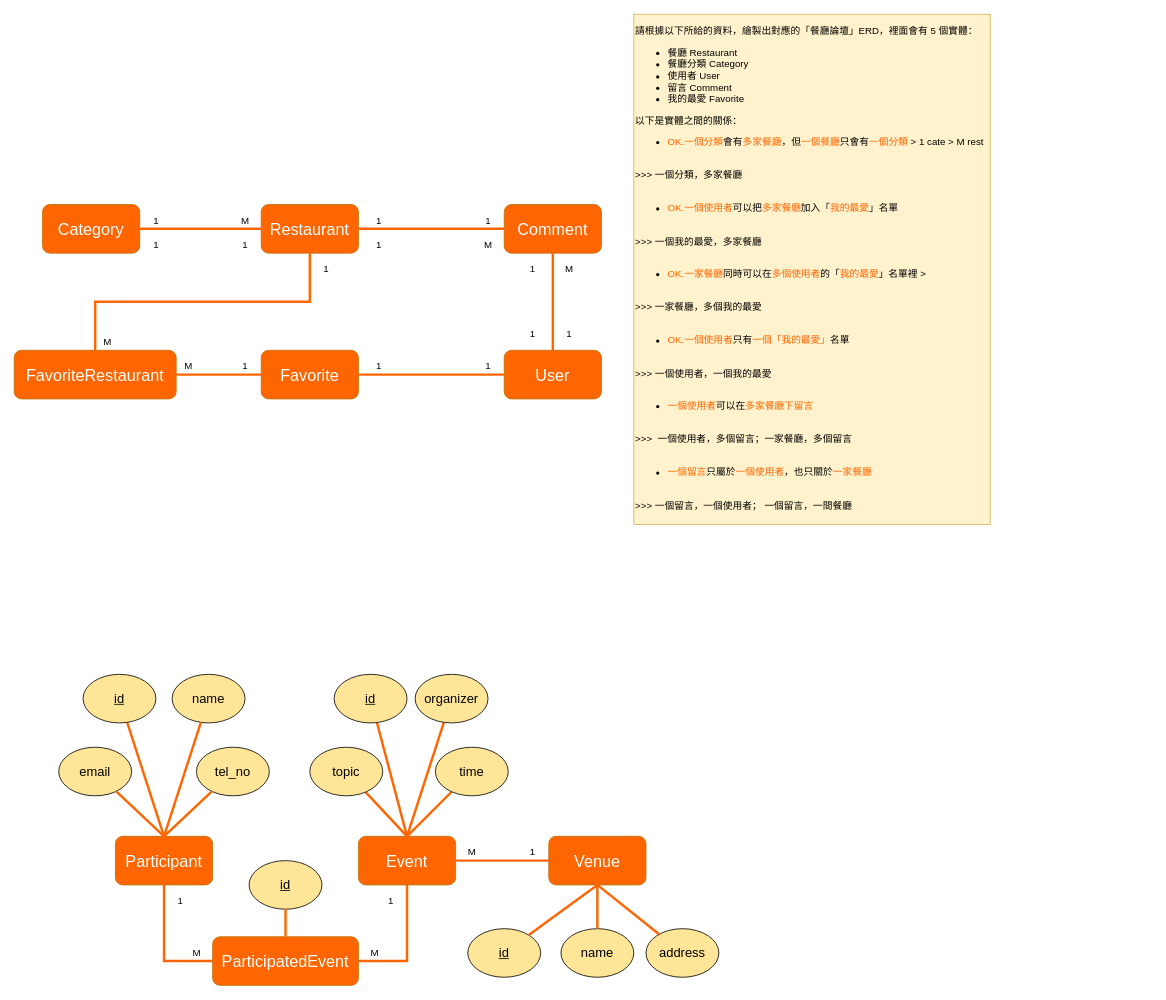
The draw.io diagram 餐廳論壇ERD-ver3.drawio in z88243310/bins, before the edit. Source tidied: cells renumbered, new cells numbered last; positions are measured from the earlier drawing's top-left corner, leaving out a move shared by most shapes. Both pictures are drawn from the tidied source at 81%, with x=0, y=0 at pixel (14, 14).
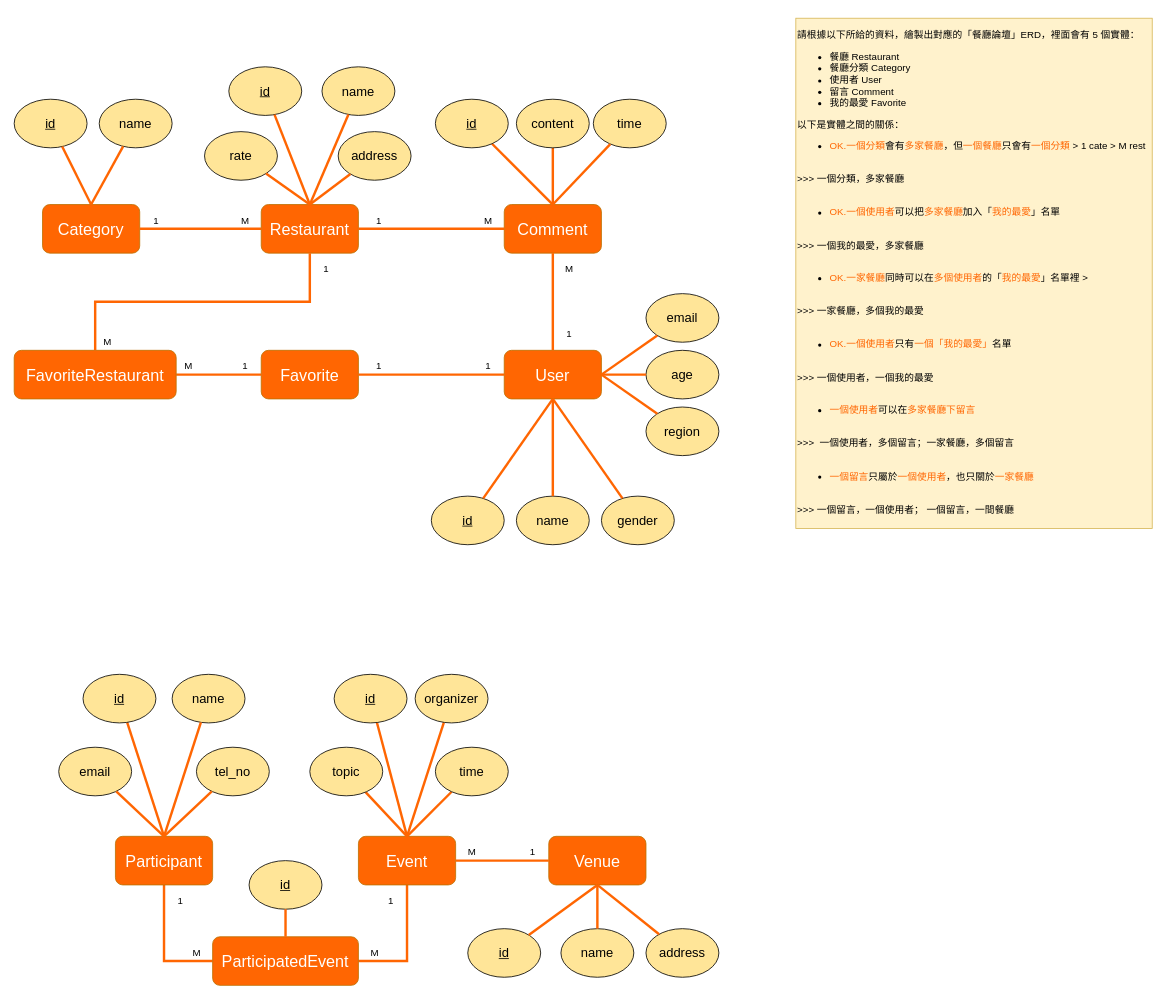
Above is the later version.

Commit message:
更新餐廳論壇ERD-ver3.drawio

Unchanged cells that the change refers to:
```xml
<mxCell id="40" value="Category" style="rounded=1;whiteSpace=wrap;html=1;fillColor=#FF6602;strokeColor=#BD7000;fontColor=#FFFFFF;fontSize=20;" parent="1" vertex="1">
  <mxGeometry x="35" y="235" width="120" height="60" as="geometry" />
</mxCell>
<mxCell id="41" value="Restaurant" style="rounded=1;whiteSpace=wrap;html=1;fillColor=#FF6602;strokeColor=#BD7000;fontColor=#FFFFFF;fontSize=20;" parent="1" vertex="1">
  <mxGeometry x="305" y="235" width="120" height="60" as="geometry" />
</mxCell>
<mxCell id="42" value="User" style="rounded=1;whiteSpace=wrap;html=1;fillColor=#FF6602;strokeColor=#BD7000;fontColor=#FFFFFF;fontSize=20;" parent="1" vertex="1">
  <mxGeometry x="605" y="415" width="120" height="60" as="geometry" />
</mxCell>
<mxCell id="43" value="Comment" style="rounded=1;whiteSpace=wrap;html=1;fillColor=#FF6602;strokeColor=#BD7000;fontColor=#FFFFFF;fontSize=20;" parent="1" vertex="1">
  <mxGeometry x="605" y="235" width="120" height="60" as="geometry" />
</mxCell>
```

The edit, as a diff of the source:
```diff
@@
     <mxCell id="39" value="&lt;p&gt;請根據以下所給的資料，繪製出對應的「餐廳論壇」ERD，裡面會有 5 個實體：&lt;/p&gt;&lt;ul&gt;&lt;li&gt;餐廳 Restaurant&lt;/li&gt;&lt;li&gt;餐廳分類 Category&lt;/li&gt;&lt;li&gt;使用者 User&lt;/li&gt;&lt;li&gt;留言 Comment&lt;/li&gt;&lt;li&gt;我的最愛 Favorite&lt;/li&gt;&lt;/ul&gt;&lt;p&gt;以下是實體之間的關係：&lt;/p&gt;&lt;ul&gt;&lt;li&gt;&lt;font color=&quot;#FF6602&quot;&gt;OK.一個分類&lt;/font&gt;會有&lt;font color=&quot;#FF6602&quot;&gt;多家餐廳&lt;/font&gt;，但&lt;font color=&quot;#FF6602&quot;&gt;一個餐廳&lt;/font&gt;只會有&lt;font color=&quot;#FF6602&quot;&gt;一個分類&lt;/font&gt; &amp;gt; 1 cate &amp;gt; M rest&lt;/li&gt;&lt;/ul&gt;&lt;div&gt;&lt;br&gt;&lt;/div&gt;&lt;div&gt;&amp;gt;&amp;gt;&amp;gt; 一個分類，多家餐廳&lt;/div&gt;&lt;div&gt;&lt;br&gt;&lt;/div&gt;&lt;ul&gt;&lt;li&gt;&lt;font color=&quot;#FF6602&quot;&gt;OK.一個使用者&lt;/font&gt;可以把&lt;font color=&quot;#FF6602&quot;&gt;多家餐廳&lt;/font&gt;加入「&lt;font color=&quot;#FF6602&quot;&gt;我的最愛&lt;/font&gt;」名單 &lt;br&gt;&lt;/li&gt;&lt;/ul&gt;&lt;div&gt;&lt;br&gt;&lt;/div&gt;&lt;div&gt;&amp;gt;&amp;gt;&amp;gt; 一個我的最愛，多家餐廳&lt;/div&gt;&lt;div&gt;&lt;br&gt;&lt;/div&gt;&lt;ul&gt;&lt;li&gt;&lt;font color=&quot;#FF6602&quot;&gt;OK.一家餐廳&lt;/font&gt;同時可以在&lt;font color=&quot;#FF6602&quot;&gt;多個使用者&lt;/font&gt;的「&lt;font color=&quot;#FF6602&quot;&gt;我的最愛&lt;/font&gt;」名單裡 &amp;gt;&amp;nbsp;&lt;/li&gt;&lt;/ul&gt;&lt;div&gt;&lt;br&gt;&lt;/div&gt;&lt;div&gt;&amp;gt;&amp;gt;&amp;gt; 一家餐廳，多個我的最愛&lt;/div&gt;&lt;div&gt;&lt;br&gt;&lt;/div&gt;&lt;ul&gt;&lt;li&gt;&lt;font color=&quot;#FF6602&quot;&gt;OK.一個使用者&lt;/font&gt;只有&lt;font color=&quot;#FF6602&quot;&gt;一個「我的最愛」&lt;/font&gt;名單&lt;/li&gt;&lt;/ul&gt;&lt;div&gt;&lt;br&gt;&lt;/div&gt;&lt;div&gt;&amp;gt;&amp;gt;&amp;gt; 一個使用者，一個我的最愛&lt;/div&gt;&lt;div&gt;&lt;br&gt;&lt;/div&gt;&lt;ul&gt;&lt;li&gt;&lt;font color=&quot;#FF6602&quot;&gt;一個使用者&lt;/font&gt;可以在&lt;font color=&quot;#FF6602&quot;&gt;多家餐廳下留言&amp;nbsp;&lt;/font&gt;&lt;/li&gt;&lt;/ul&gt;&lt;div&gt;&lt;br&gt;&lt;/div&gt;&lt;div&gt;&lt;font color=&quot;#FF6602&quot;&gt;&lt;font color=&quot;#000000&quot;&gt;&amp;gt;&amp;gt;&amp;gt;&amp;nbsp; 一個使用者，多個留言；一家餐廳，多個留言&lt;/font&gt;&lt;br&gt;&lt;/font&gt;&lt;/div&gt;&lt;div&gt;&lt;font color=&quot;#FF6602&quot;&gt;&lt;br&gt;&lt;/font&gt;&lt;/div&gt;&lt;ul&gt;&lt;li&gt;&lt;font color=&quot;#FF6602&quot;&gt;一個留言&lt;/font&gt;只屬於&lt;font color=&quot;#FF6602&quot;&gt;一個使用者&lt;/font&gt;，也只關於&lt;font color=&quot;#FF6602&quot;&gt;一家餐廳 &lt;br&gt;&lt;/font&gt;&lt;/li&gt;&lt;/ul&gt;&lt;div&gt;&lt;br&gt;&lt;/div&gt;&lt;div&gt;&lt;font color=&quot;#FF6602&quot;&gt;&lt;font color=&quot;#000000&quot;&gt;&amp;gt;&amp;gt;&amp;gt; 一個留言，一個使用者； 一個留言，一間餐廳&lt;/font&gt;&lt;br&gt;&lt;/font&gt;&lt;/div&gt;&lt;div&gt;&lt;font color=&quot;#FF6602&quot;&gt;&lt;br&gt;&lt;/font&gt;&lt;/div&gt;" style="text;html=1;align=left;verticalAlign=middle;strokeColor=#d6b656;fillColor=#fff2cc;" parent="1" vertex="1">
-      <mxGeometry x="765" width="440" height="630" as="geometry" />
+      <mxGeometry x="965" y="5" width="440" height="630" as="geometry" />
     </mxCell>
@@
-    <mxCell id="58" value="1" style="text;html=1;align=center;verticalAlign=middle;strokeColor=none;fillColor=none;" parent="1" vertex="1">
+    <mxCell id="58" value="M" style="text;html=1;align=center;verticalAlign=middle;strokeColor=none;fillColor=none;" parent="1" vertex="1">
       <mxGeometry x="575" y="245" width="20" height="20" as="geometry" />
     </mxCell>
@@
-    <mxCell id="60" value="1" style="text;html=1;align=center;verticalAlign=middle;strokeColor=none;fillColor=none;" parent="1" vertex="1">
-      <mxGeometry x="440" y="275" width="20" height="20" as="geometry" />
-    </mxCell>
-    <mxCell id="61" value="M" style="text;html=1;align=center;verticalAlign=middle;strokeColor=none;fillColor=none;" parent="1" vertex="1">
-      <mxGeometry x="575" y="275" width="20" height="20" as="geometry" />
-    </mxCell>
-    <mxCell id="62" value="1" style="text;html=1;align=center;verticalAlign=middle;strokeColor=none;fillColor=none;" parent="1" vertex="1">
-      <mxGeometry x="275" y="275" width="20" height="20" as="geometry" />
-    </mxCell>
-    <mxCell id="63" value="1" style="text;html=1;align=center;verticalAlign=middle;strokeColor=none;fillColor=none;" parent="1" vertex="1">
-      <mxGeometry x="165" y="275" width="20" height="20" as="geometry" />
-    </mxCell>
@@
-    <mxCell id="66" value="1" style="text;html=1;align=center;verticalAlign=middle;strokeColor=none;fillColor=none;" parent="1" vertex="1">
-      <mxGeometry x="630" y="305" width="20" height="20" as="geometry" />
-    </mxCell>
-    <mxCell id="67" value="1" style="text;html=1;align=center;verticalAlign=middle;strokeColor=none;fillColor=none;" parent="1" vertex="1">
-      <mxGeometry x="630" y="385" width="20" height="20" as="geometry" />
-    </mxCell>
@@
+    <mxCell id="70" value="&lt;u&gt;id&lt;/u&gt;" style="ellipse;whiteSpace=wrap;html=1;fillColor=#FFE598;fontSize=16;" parent="1" vertex="1">
+      <mxGeometry x="515" y="595" width="90" height="60" as="geometry" />
+    </mxCell>
+    <mxCell id="71" value="region" style="ellipse;whiteSpace=wrap;html=1;fillColor=#FFE598;fontSize=16;" parent="1" vertex="1">
+      <mxGeometry x="780" y="485" width="90" height="60" as="geometry" />
+    </mxCell>
+    <mxCell id="72" style="edgeStyle=none;rounded=0;jettySize=auto;html=1;fontSize=16;fontColor=#FFFFFF;endArrow=none;endFill=0;strokeColor=#FF6602;strokeWidth=3;entryX=0.5;entryY=0;entryDx=0;entryDy=0;" parent="1" edge="1" source="84" target="43">
+      <mxGeometry relative="1" as="geometry" />
+    </mxCell>
+    <mxCell id="73" value="email" style="ellipse;whiteSpace=wrap;html=1;fillColor=#FFE598;fontSize=16;" parent="1" vertex="1">
+      <mxGeometry x="780" y="345" width="90" height="60" as="geometry" />
+    </mxCell>
+    <mxCell id="74" value="gender" style="ellipse;whiteSpace=wrap;html=1;fillColor=#FFE598;fontSize=16;" parent="1" vertex="1">
+      <mxGeometry x="725" y="595" width="90" height="60" as="geometry" />
+    </mxCell>
+    <mxCell id="75" value="name" style="ellipse;whiteSpace=wrap;html=1;fillColor=#FFE598;fontSize=16;" parent="1" vertex="1">
+      <mxGeometry x="620" y="595" width="90" height="60" as="geometry" />
+    </mxCell>
+    <mxCell id="76" value="age" style="ellipse;whiteSpace=wrap;html=1;fillColor=#FFE598;fontSize=16;" parent="1" vertex="1">
+      <mxGeometry x="780" y="415" width="90" height="60" as="geometry" />
+    </mxCell>
+    <mxCell id="77" style="edgeStyle=none;rounded=0;jettySize=auto;html=1;fontSize=16;fontColor=#FFFFFF;endArrow=none;endFill=0;strokeColor=#FF6602;strokeWidth=3;entryX=0.5;entryY=0;entryDx=0;entryDy=0;" parent="1" edge="1" source="85" target="43">
+      <mxGeometry relative="1" as="geometry" />
+    </mxCell>
+    <mxCell id="78" style="edgeStyle=none;rounded=0;jettySize=auto;html=1;fontSize=16;fontColor=#FFFFFF;endArrow=none;endFill=0;strokeColor=#FF6602;strokeWidth=3;entryX=1;entryY=0.5;entryDx=0;entryDy=0;" parent="1" edge="1" source="76" target="42">
+      <mxGeometry relative="1" as="geometry" />
+    </mxCell>
+    <mxCell id="79" style="edgeStyle=none;rounded=0;jettySize=auto;html=1;fontSize=16;fontColor=#FFFFFF;endArrow=none;endFill=0;strokeColor=#FF6602;strokeWidth=3;entryX=1;entryY=0.5;entryDx=0;entryDy=0;" parent="1" edge="1" source="73" target="42">
+      <mxGeometry relative="1" as="geometry" />
+    </mxCell>
+    <mxCell id="80" style="edgeStyle=none;rounded=0;jettySize=auto;html=1;fontSize=16;fontColor=#FFFFFF;endArrow=none;endFill=0;strokeColor=#FF6602;strokeWidth=3;" parent="1" edge="1" target="75">
+      <mxGeometry relative="1" as="geometry">
+        <mxPoint x="665" y="475" as="sourcePoint" />
+      </mxGeometry>
+    </mxCell>
+    <mxCell id="81" style="edgeStyle=none;rounded=0;jettySize=auto;html=1;fontSize=16;fontColor=#FFFFFF;endArrow=none;endFill=0;strokeColor=#FF6602;strokeWidth=3;exitX=1;exitY=0.5;exitDx=0;exitDy=0;" parent="1" edge="1" source="42" target="71">
+      <mxGeometry relative="1" as="geometry" />
+    </mxCell>
+    <mxCell id="82" style="edgeStyle=none;rounded=0;jettySize=auto;html=1;fontSize=16;fontColor=#FFFFFF;endArrow=none;endFill=0;strokeColor=#FF6602;strokeWidth=3;exitX=0.5;exitY=1;exitDx=0;exitDy=0;" parent="1" edge="1" source="42" target="74">
+      <mxGeometry relative="1" as="geometry" />
+    </mxCell>
+    <mxCell id="83" style="edgeStyle=none;rounded=0;jettySize=auto;html=1;fontSize=16;fontColor=#FFFFFF;endArrow=none;endFill=0;strokeColor=#FF6602;strokeWidth=3;exitX=0.5;exitY=1;exitDx=0;exitDy=0;" parent="1" edge="1" source="42" target="70">
+      <mxGeometry relative="1" as="geometry" />
+    </mxCell>
+    <mxCell id="84" value="&lt;div&gt;content&lt;/div&gt;" style="ellipse;whiteSpace=wrap;html=1;fillColor=#FFE598;fontSize=16;" parent="1" vertex="1">
+      <mxGeometry x="620" y="105" width="90" height="60" as="geometry" />
+    </mxCell>
+    <mxCell id="85" value="&lt;u&gt;id&lt;/u&gt;" style="ellipse;whiteSpace=wrap;html=1;fillColor=#FFE598;fontSize=16;" parent="1" vertex="1">
+      <mxGeometry x="520" y="105" width="90" height="60" as="geometry" />
+    </mxCell>
+    <mxCell id="86" value="time" style="ellipse;whiteSpace=wrap;html=1;fillColor=#FFE598;fontSize=16;" parent="1" vertex="1">
+      <mxGeometry x="715" y="105" width="90" height="60" as="geometry" />
+    </mxCell>
+    <mxCell id="87" style="edgeStyle=none;rounded=0;jettySize=auto;html=1;fontSize=16;fontColor=#FFFFFF;endArrow=none;endFill=0;strokeColor=#FF6602;strokeWidth=3;" parent="1" edge="1" source="86">
+      <mxGeometry relative="1" as="geometry">
+        <mxPoint x="665" y="235" as="targetPoint" />
+      </mxGeometry>
+    </mxCell>
+    <mxCell id="88" value="&lt;u&gt;id&lt;/u&gt;" style="ellipse;whiteSpace=wrap;html=1;fillColor=#FFE598;fontSize=16;" parent="1" vertex="1">
+      <mxGeometry x="265" y="65" width="90" height="60" as="geometry" />
+    </mxCell>
+    <mxCell id="89" value="name" style="ellipse;whiteSpace=wrap;html=1;fillColor=#FFE598;fontSize=16;" parent="1" vertex="1">
+      <mxGeometry x="380" y="65" width="90" height="60" as="geometry" />
+    </mxCell>
+    <mxCell id="90" value="address" style="ellipse;whiteSpace=wrap;html=1;fillColor=#FFE598;fontSize=16;" parent="1" vertex="1">
+      <mxGeometry x="400" y="145" width="90" height="60" as="geometry" />
+    </mxCell>
+    <mxCell id="91" value="rate" style="ellipse;whiteSpace=wrap;html=1;fillColor=#FFE598;fontSize=16;" parent="1" vertex="1">
+      <mxGeometry x="235" y="145" width="90" height="60" as="geometry" />
+    </mxCell>
+    <mxCell id="92" style="edgeStyle=none;rounded=0;jettySize=auto;html=1;fontSize=16;fontColor=#FFFFFF;endArrow=none;endFill=0;strokeColor=#FF6602;strokeWidth=3;entryX=0.5;entryY=0;entryDx=0;entryDy=0;" parent="1" edge="1" source="88" target="41">
+      <mxGeometry relative="1" as="geometry" />
+    </mxCell>
+    <mxCell id="93" style="edgeStyle=none;rounded=0;jettySize=auto;html=1;fontSize=16;fontColor=#FFFFFF;endArrow=none;endFill=0;strokeColor=#FF6602;strokeWidth=3;entryX=0.5;entryY=0;entryDx=0;entryDy=0;" parent="1" edge="1" source="91" target="41">
+      <mxGeometry relative="1" as="geometry" />
+    </mxCell>
+    <mxCell id="94" style="edgeStyle=none;rounded=0;jettySize=auto;html=1;fontSize=16;fontColor=#FFFFFF;endArrow=none;endFill=0;strokeColor=#FF6602;strokeWidth=3;entryX=0.5;entryY=0;entryDx=0;entryDy=0;" parent="1" edge="1" source="89" target="41">
+      <mxGeometry relative="1" as="geometry" />
+    </mxCell>
+    <mxCell id="95" style="edgeStyle=none;rounded=0;jettySize=auto;html=1;fontSize=16;fontColor=#FFFFFF;endArrow=none;endFill=0;strokeColor=#FF6602;strokeWidth=3;entryX=0.5;entryY=0;entryDx=0;entryDy=0;" parent="1" edge="1" source="90" target="41">
+      <mxGeometry relative="1" as="geometry" />
+    </mxCell>
+    <mxCell id="96" value="&lt;u&gt;id&lt;/u&gt;" style="ellipse;whiteSpace=wrap;html=1;fillColor=#FFE598;fontSize=16;" parent="1" vertex="1">
+      <mxGeometry y="105" width="90" height="60" as="geometry" />
+    </mxCell>
+    <mxCell id="97" value="name" style="ellipse;whiteSpace=wrap;html=1;fillColor=#FFE598;fontSize=16;" parent="1" vertex="1">
+      <mxGeometry x="105" y="105" width="90" height="60" as="geometry" />
+    </mxCell>
+    <mxCell id="98" style="edgeStyle=none;rounded=0;jettySize=auto;html=1;fontSize=16;fontColor=#FFFFFF;endArrow=none;endFill=0;strokeColor=#FF6602;strokeWidth=3;entryX=0.5;entryY=0;entryDx=0;entryDy=0;" parent="1" edge="1" source="97" target="40">
+      <mxGeometry relative="1" as="geometry" />
+    </mxCell>
+    <mxCell id="99" style="edgeStyle=none;rounded=0;jettySize=auto;html=1;fontSize=16;fontColor=#FFFFFF;endArrow=none;endFill=0;strokeColor=#FF6602;strokeWidth=3;entryX=0.5;entryY=0;entryDx=0;entryDy=0;" parent="1" edge="1" source="96" target="40">
+      <mxGeometry relative="1" as="geometry" />
+    </mxCell>
```
